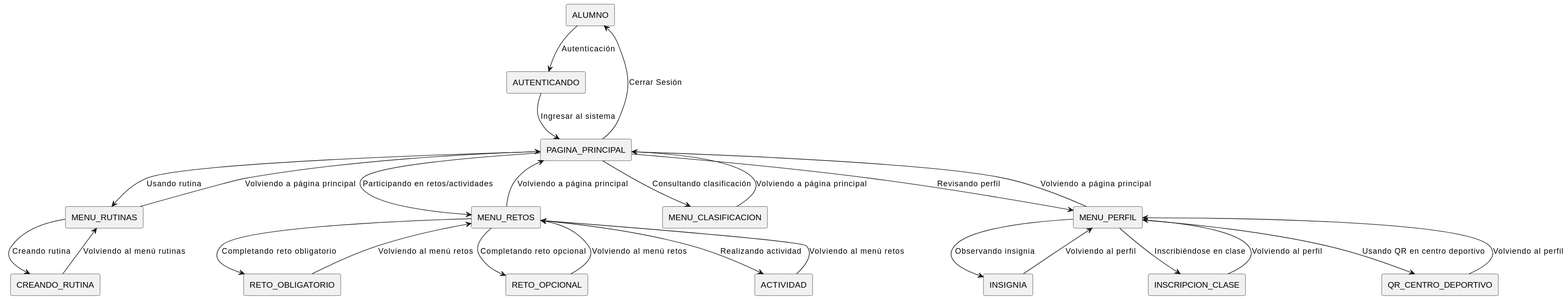
This is Documentos/Imagenes/DiagramasContexto/AlumnoContexto.svg from mmasias/24-25-IdSw1-SDR, a PlantUML export, as it was before one commit.
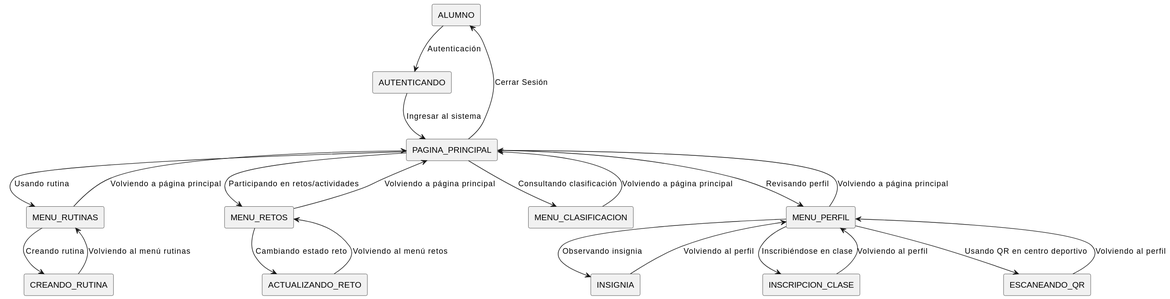
The same diagram one commit later.

The edit, as a diff of the source:
```diff
@@ -10,11 +10,11 @@
 RECTANGLE(MENU_PERFIL)
 RECTANGLE(INSIGNIA)
 RECTANGLE(INSCRIPCION_CLASE)
-RECTANGLE(QR_CENTRO_DEPORTIVO)
-RECTANGLE(RETO_OBLIGATORIO)
-RECTANGLE(RETO_OPCIONAL)
+RECTANGLE(ESCANEANDO_QR)
+
+RECTANGLE(ACTUALIZANDO_RETO)
 RECTANGLE(CREANDO_RUTINA)
-RECTANGLE(ACTIVIDAD)
+
 
 ALUMNO --> AUTENTICANDO : Autenticación
 AUTENTICANDO --> PAGINA_PRINCIPAL : Ingresar al sistema
@@ -27,14 +27,14 @@
 
 MENU_PERFIL --> INSIGNIA : Observando insignia
 MENU_PERFIL --> INSCRIPCION_CLASE : Inscribiéndose en clase
-MENU_PERFIL --> QR_CENTRO_DEPORTIVO : Usando QR en centro deportivo
+MENU_PERFIL --> ESCANEANDO_QR : Usando QR en centro deportivo
 
-MENU_RETOS --> RETO_OBLIGATORIO : Completando reto obligatorio
-MENU_RETOS --> RETO_OPCIONAL : Completando reto opcional
-MENU_RETOS --> ACTIVIDAD : Realizando actividad
-RETO_OBLIGATORIO --> MENU_RETOS : Volviendo al menú retos
-RETO_OPCIONAL --> MENU_RETOS : Volviendo al menú retos
-ACTIVIDAD --> MENU_RETOS : Volviendo al menú retos
+MENU_RETOS --> ACTUALIZANDO_RETO : Cambiando estado reto
+
+
+
+ACTUALIZANDO_RETO --> MENU_RETOS : Volviendo al menú retos
+
 
 MENU_RUTINAS --> CREANDO_RUTINA : Creando rutina
 CREANDO_RUTINA --> MENU_RUTINAS : Volviendo al menú rutinas
@@ -46,5 +46,5 @@
 
 INSIGNIA --> MENU_PERFIL : Volviendo al perfil
 INSCRIPCION_CLASE --> MENU_PERFIL : Volviendo al perfil
-QR_CENTRO_DEPORTIVO --> MENU_PERFIL : Volviendo al perfil
+ESCANEANDO_QR --> MENU_PERFIL : Volviendo al perfil
 @enduml
```
